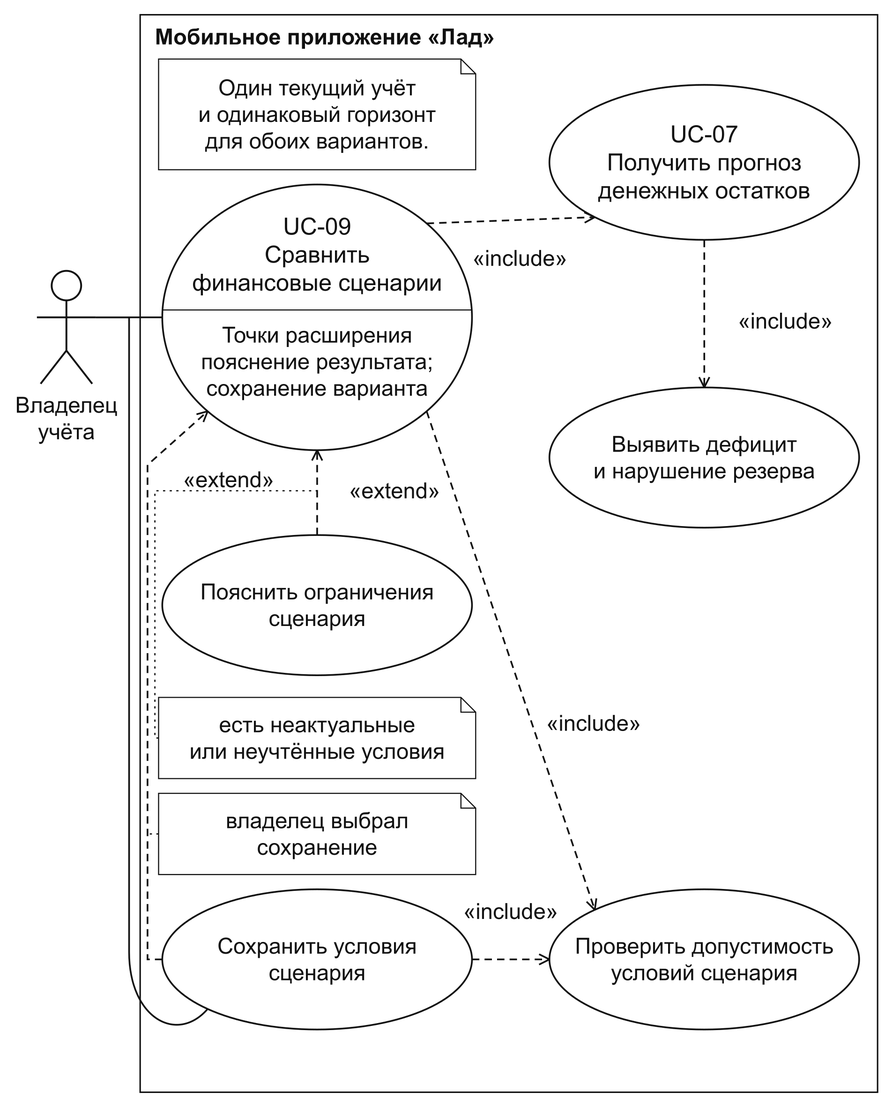
Before: output/thesis/figures/02-use-cases-scenarios.png, a diagram exported from PlantUML (Tiroras/lad-finance). Its source is kept beside it as output/thesis/figures/02-use-cases-scenarios.puml.
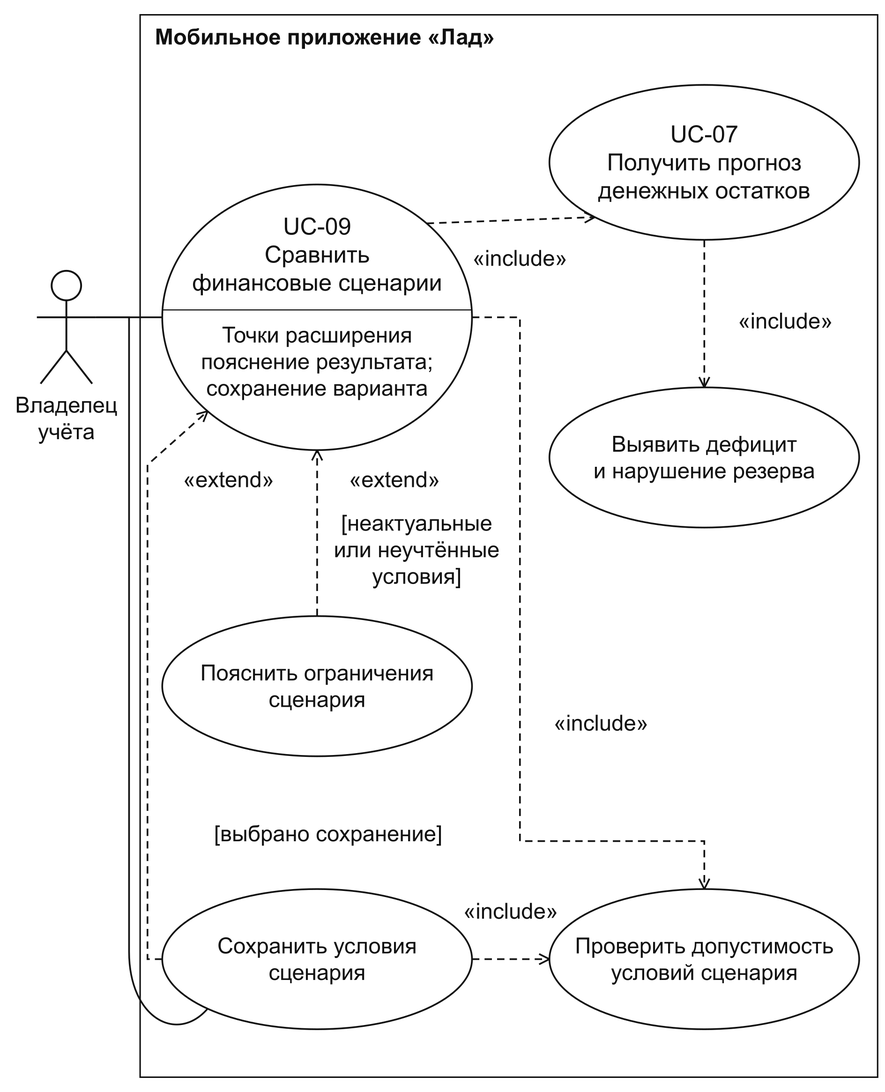
After the commit.

What changed in the source:
```diff
@@ -17,14 +17,7 @@
 U9 ..> U7 : <<include>>
 U7 ..> H11 : <<include>>
 U9 ..> H15 : <<include>>
-H17 ..> U9 : <<extend>>
-note on link
-владелец выбрал сохранение
-end note
+H17 ..> U9 : <<extend>>\n[владелец выбрал сохранение]
 H17 ..> H15 : <<include>>
-H16 ..> U9 : <<extend>>
-note on link
-есть неактуальные или неучтённые условия
-end note
-note "Один текущий учёт\nи одинаковый горизонт\nдля обоих вариантов." as N1
+H16 ..> U9 : <<extend>>\n[есть неактуальные или неучтённые условия]
 @enduml
```
